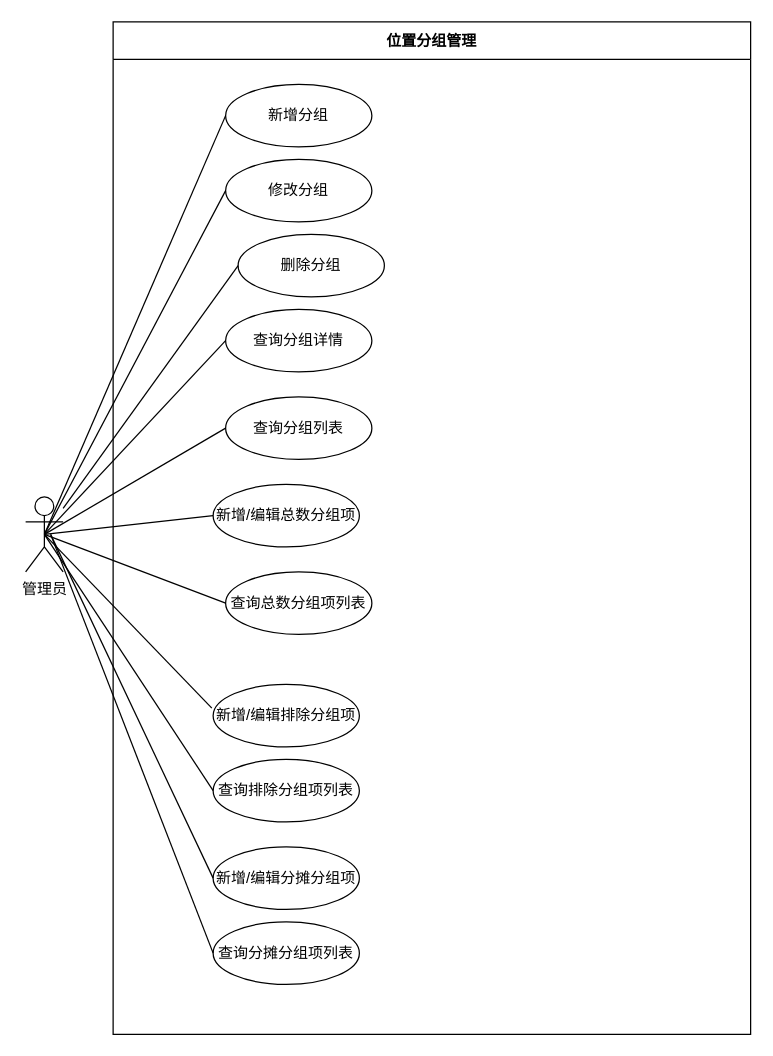
lvxi0605/diagrams keeps this draw.io diagram as page "分组" (1 of 8) of 能源管理/能源管理-用例.drawio. Above is the earlier version. Source tidied: cells renumbered, new cells numbered last; positions are measured from the earlier drawing's top-left corner, leaving out a move shared by most shapes. Both pictures are drawn from the tidied source at 125%, with x=0, y=0 at pixel (25, 21).
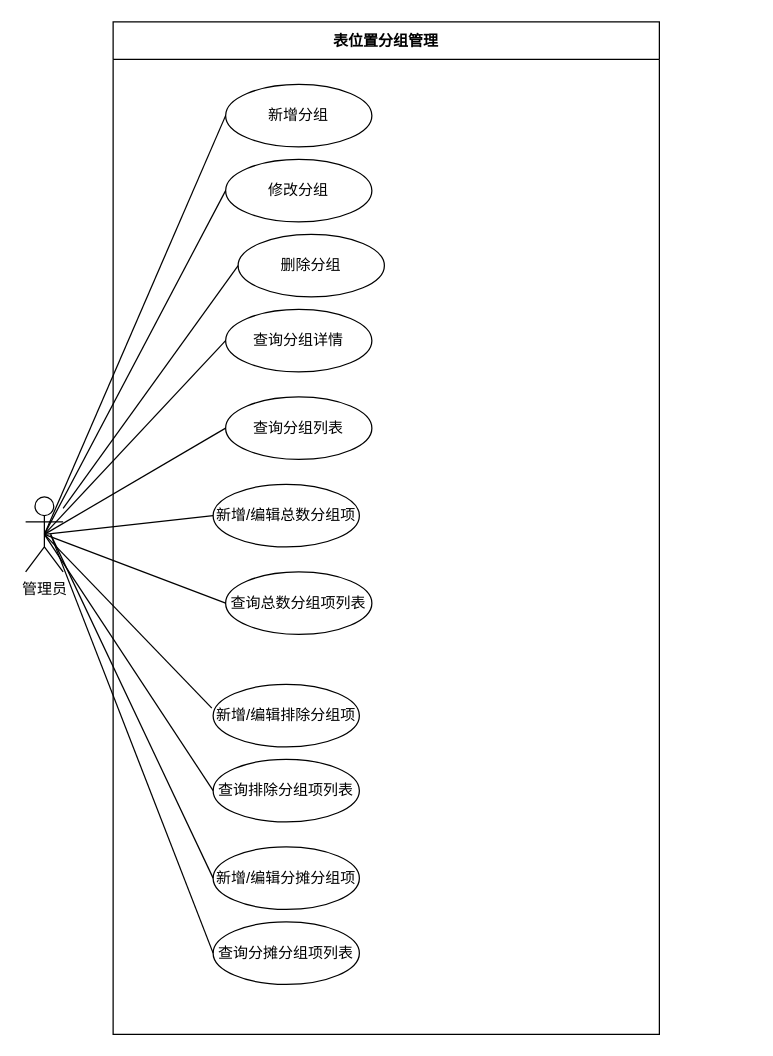
After the change.

What changed in the source:
```diff
@@
-    <mxCell id="2" value="位置分组管理" style="swimlane;startSize=30;" parent="1" vertex="1">
-      <mxGeometry x="70" width="510" height="810" as="geometry" />
+    <mxCell id="2" value="表位置分组管理" style="swimlane;startSize=30;" parent="1" vertex="1">
+      <mxGeometry x="70" width="437" height="810" as="geometry" />
     </mxCell>
```
